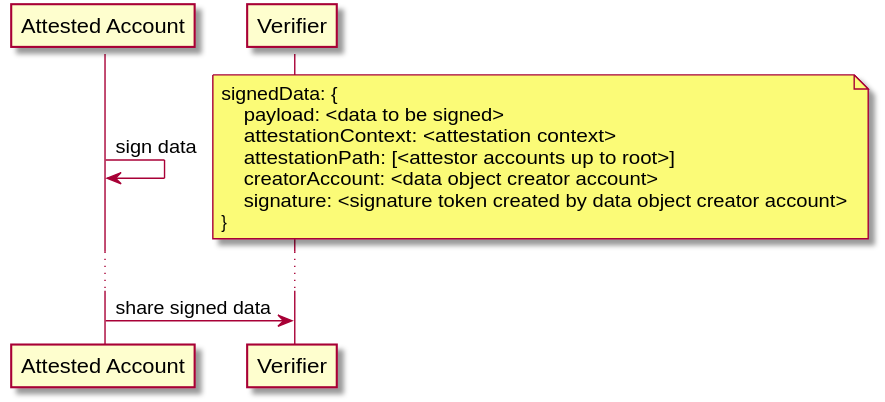
masterbtc/documentation-1 keeps this PlantUML diagram as docs/plantUml/out/attestation-protocol/data-signing-workflow/data-signing-workflow.svg. Above is the earlier version.
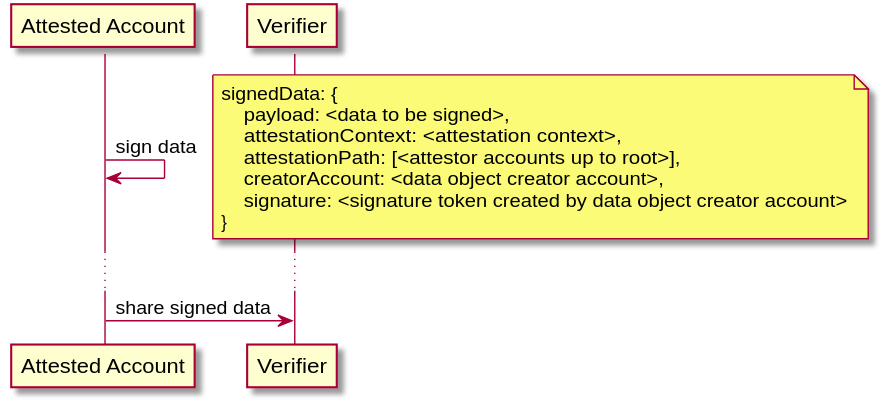
The same file after the commit.

Commit message:
improved data signing overview

Diff of the diagram source:
```diff
@@ -8,10 +8,10 @@
 ATTE -> ATTE: sign data
 note right
     signedData: {
-        payload: <data to be signed>
-        attestationContext: <attestation context>
-        attestationPath: [<attestor accounts up to root>]
-        creatorAccount: <data object creator account>
+        payload: <data to be signed>,
+        attestationContext: <attestation context>,
+        attestationPath: [<attestor accounts up to root>],
+        creatorAccount: <data object creator account>,
         signature: <signature token created by data object creator account>
     }
 end note
```
